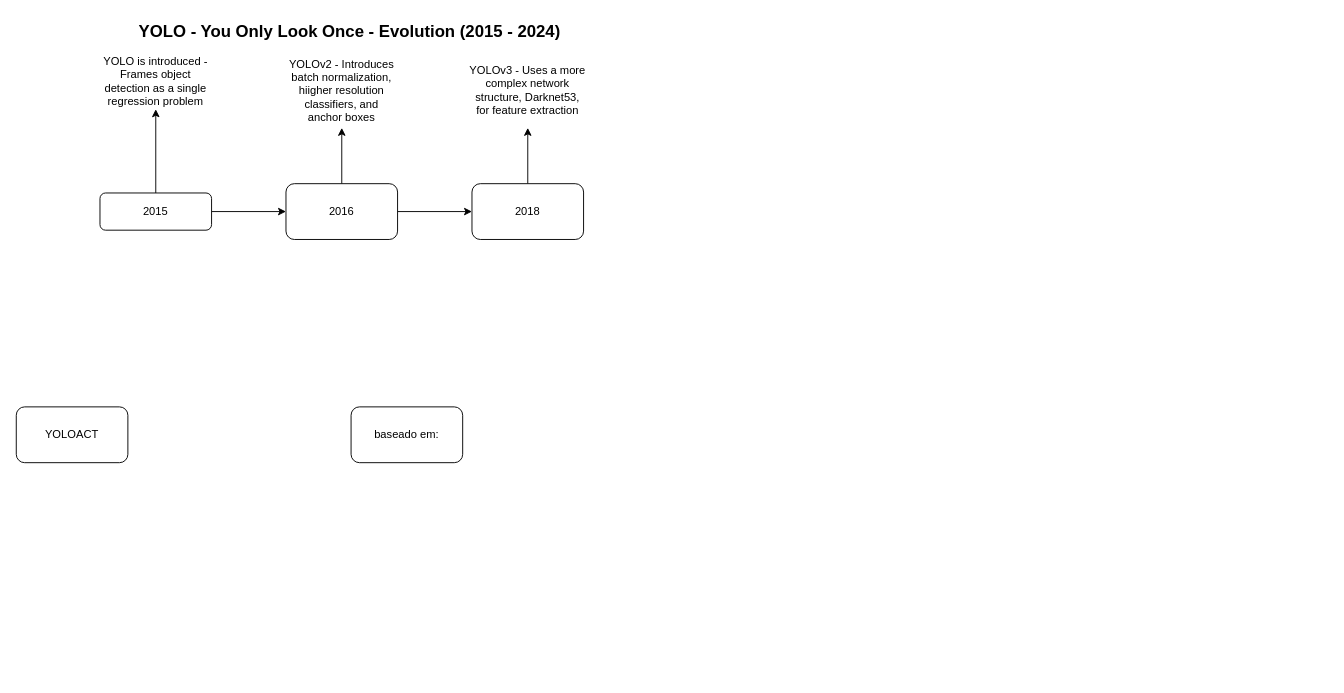
Before: YOLO_Evolution_2015_2024.drawio in fbrandao2k/Point_Cloud_TLS, a draw.io diagram. Source tidied: cells renumbered, new cells numbered last; positions are measured from the earlier drawing's top-left corner, leaving out a move shared by most shapes. Both pictures are drawn from the tidied source at 93%, with x=0, y=0 at pixel (16, 16).
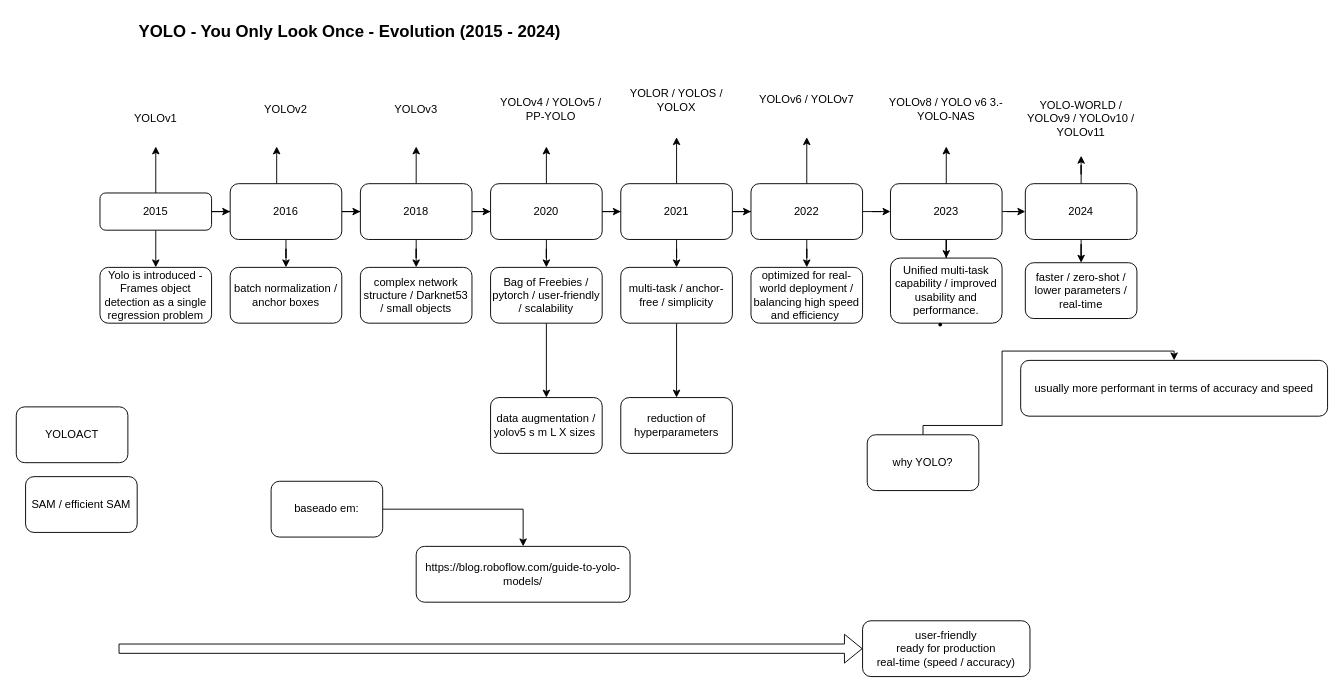
The same diagram, later.

Unchanged cells that the change refers to:
```xml
<mxCell id="4" value="2015" style="rounded=1;whiteSpace=wrap;html=1;fontSize=12;glass=0;strokeWidth=1;shadow=0;" parent="1" vertex="1">
  <mxGeometry x="90" y="190" width="120" height="40" as="geometry" />
</mxCell>
```

Change to the diagram source:
```diff
@@
+    <mxCell id="16" style="edgeStyle=orthogonalEdgeStyle;rounded=0;jettySize=auto;html=1;" parent="1" edge="1" source="4" target="46">
+      <mxGeometry relative="1" as="geometry" />
+    </mxCell>
@@
+    <mxCell id="17" style="edgeStyle=orthogonalEdgeStyle;rounded=0;jettySize=auto;html=1;" parent="1" edge="1" source="7" target="45">
+      <mxGeometry relative="1" as="geometry" />
+    </mxCell>
     <mxCell id="7" value="baseado em:" style="rounded=1;whiteSpace=wrap;html=1;" parent="1" vertex="1">
-      <mxGeometry x="360" y="420" width="120" height="60" as="geometry" />
+      <mxGeometry x="274" y="500" width="120" height="60" as="geometry" />
     </mxCell>
-    <mxCell id="8" value="YOLO is introduced - Frames object detection as a single regression problem" style="whiteSpace=wrap;html=1;rounded=1;glass=0;strokeWidth=1;shadow=0;fillColor=default;strokeColor=none;" parent="1" vertex="1">
-      <mxGeometry x="90" y="40" width="120" height="60" as="geometry" />
+    <mxCell id="8" value="YOLOv1" style="whiteSpace=wrap;html=1;rounded=1;glass=0;strokeWidth=1;shadow=0;fillColor=default;strokeColor=none;" parent="1" vertex="1">
+      <mxGeometry x="90" y="80" width="120" height="60" as="geometry" />
     </mxCell>
     <mxCell id="9" style="edgeStyle=orthogonalEdgeStyle;rounded=0;jettySize=auto;html=1;" parent="1" edge="1" source="11" target="12">
-      <mxGeometry relative="1" as="geometry" />
+      <mxGeometry relative="1" as="geometry">
+        <Array as="points">
+          <mxPoint x="280" y="150" />
+          <mxPoint x="280" y="150" />
+        </Array>
+      </mxGeometry>
     </mxCell>
@@
+    <mxCell id="18" style="edgeStyle=orthogonalEdgeStyle;rounded=0;jettySize=auto;html=1;" parent="1" edge="1" source="11" target="47">
+      <mxGeometry relative="1" as="geometry" />
+    </mxCell>
     <mxCell id="11" value="2016" style="whiteSpace=wrap;html=1;rounded=1;glass=0;strokeWidth=1;shadow=0;" parent="1" vertex="1">
-      <mxGeometry x="290" y="180" width="120" height="60" as="geometry" />
+      <mxGeometry x="230" y="180" width="120" height="60" as="geometry" />
     </mxCell>
-    <mxCell id="12" value="YOLOv2 - Introduces batch normalization, hiigher resolution classifiers, and anchor boxes" style="whiteSpace=wrap;html=1;rounded=1;glass=0;strokeWidth=1;shadow=0;strokeColor=none;" parent="1" vertex="1">
-      <mxGeometry x="290" y="40" width="120" height="80" as="geometry" />
+    <mxCell id="12" value="YOLOv2" style="whiteSpace=wrap;html=1;rounded=1;glass=0;strokeWidth=1;shadow=0;strokeColor=none;" parent="1" vertex="1">
+      <mxGeometry x="230" y="60" width="120" height="80" as="geometry" />
     </mxCell>
     <mxCell id="13" style="edgeStyle=orthogonalEdgeStyle;rounded=0;jettySize=auto;html=1;" parent="1" edge="1" source="14" target="15">
-      <mxGeometry relative="1" as="geometry" />
+      <mxGeometry relative="1" as="geometry">
+        <Array as="points">
+          <mxPoint x="460" y="80" />
+        </Array>
+      </mxGeometry>
     </mxCell>
+    <mxCell id="19" style="edgeStyle=orthogonalEdgeStyle;rounded=0;jettySize=auto;html=1;" parent="1" edge="1" source="14" target="24">
+      <mxGeometry relative="1" as="geometry" />
+    </mxCell>
+    <mxCell id="20" style="edgeStyle=orthogonalEdgeStyle;rounded=0;jettySize=auto;html=1;" parent="1" edge="1" source="14" target="48">
+      <mxGeometry relative="1" as="geometry" />
+    </mxCell>
     <mxCell id="14" value="2018" style="whiteSpace=wrap;html=1;rounded=1;glass=0;strokeWidth=1;shadow=0;" parent="1" vertex="1">
-      <mxGeometry x="490" y="180" width="120" height="60" as="geometry" />
+      <mxGeometry x="370" y="180" width="120" height="60" as="geometry" />
     </mxCell>
-    <mxCell id="15" value="YOLOv3 - Uses a more complex network structure, Darknet53, for feature extraction" style="whiteSpace=wrap;html=1;rounded=1;glass=0;strokeWidth=1;shadow=0;strokeColor=none;" parent="1" vertex="1">
-      <mxGeometry x="485" y="40" width="130" height="80" as="geometry" />
+    <mxCell id="15" value="YOLOv3" style="whiteSpace=wrap;html=1;rounded=1;glass=0;strokeWidth=1;shadow=0;strokeColor=none;" parent="1" vertex="1">
+      <mxGeometry x="365" y="60" width="130" height="80" as="geometry" />
     </mxCell>
+    <mxCell id="21" style="edgeStyle=orthogonalEdgeStyle;rounded=0;jettySize=auto;html=1;" parent="1" edge="1" source="24" target="25">
+      <mxGeometry relative="1" as="geometry">
+        <Array as="points">
+          <mxPoint x="600" y="80" />
+        </Array>
+      </mxGeometry>
+    </mxCell>
+    <mxCell id="22" style="edgeStyle=orthogonalEdgeStyle;rounded=0;jettySize=auto;html=1;" parent="1" edge="1" source="24" target="29">
+      <mxGeometry relative="1" as="geometry" />
+    </mxCell>
+    <mxCell id="23" style="edgeStyle=orthogonalEdgeStyle;rounded=0;jettySize=auto;html=1;" parent="1" edge="1" source="24" target="53">
+      <mxGeometry relative="1" as="geometry" />
+    </mxCell>
+    <mxCell id="24" value="2020" style="whiteSpace=wrap;html=1;rounded=1;glass=0;strokeWidth=1;shadow=0;" parent="1" vertex="1">
+      <mxGeometry x="510" y="180" width="120" height="60" as="geometry" />
+    </mxCell>
+    <mxCell id="25" value="YOLOv4 / YOLOv5 / PP-YOLO" style="whiteSpace=wrap;html=1;rounded=1;glass=0;strokeWidth=1;shadow=0;strokeColor=none;" parent="1" vertex="1">
+      <mxGeometry x="510" y="60" width="130" height="80" as="geometry" />
+    </mxCell>
+    <mxCell id="26" style="edgeStyle=orthogonalEdgeStyle;rounded=0;jettySize=auto;html=1;" parent="1" edge="1" source="29" target="30">
+      <mxGeometry relative="1" as="geometry">
+        <Array as="points">
+          <mxPoint x="760" y="80" />
+        </Array>
+      </mxGeometry>
+    </mxCell>
+    <mxCell id="27" style="edgeStyle=orthogonalEdgeStyle;rounded=0;jettySize=auto;html=1;" parent="1" edge="1" source="29" target="34">
+      <mxGeometry relative="1" as="geometry" />
+    </mxCell>
+    <mxCell id="28" style="edgeStyle=orthogonalEdgeStyle;rounded=0;jettySize=auto;html=1;" parent="1" edge="1" source="29" target="55">
+      <mxGeometry relative="1" as="geometry" />
+    </mxCell>
+    <mxCell id="29" value="2021" style="whiteSpace=wrap;html=1;rounded=1;glass=0;strokeWidth=1;shadow=0;" parent="1" vertex="1">
+      <mxGeometry x="650" y="180" width="120" height="60" as="geometry" />
+    </mxCell>
+    <mxCell id="30" value="YOLOR / YOLOS / YOLOX" style="whiteSpace=wrap;html=1;rounded=1;glass=0;strokeWidth=1;shadow=0;strokeColor=none;" parent="1" vertex="1">
+      <mxGeometry x="645" y="50" width="130" height="80" as="geometry" />
+    </mxCell>
+    <mxCell id="31" style="edgeStyle=orthogonalEdgeStyle;rounded=0;jettySize=auto;html=1;" parent="1" edge="1" source="34" target="35">
+      <mxGeometry relative="1" as="geometry" />
+    </mxCell>
+    <mxCell id="32" style="edgeStyle=orthogonalEdgeStyle;rounded=0;jettySize=auto;html=1;" parent="1" edge="1" source="34" target="39">
+      <mxGeometry relative="1" as="geometry" />
+    </mxCell>
+    <mxCell id="33" style="edgeStyle=orthogonalEdgeStyle;rounded=0;jettySize=auto;html=1;" parent="1" edge="1" source="34" target="59">
+      <mxGeometry relative="1" as="geometry" />
+    </mxCell>
+    <mxCell id="34" value="2022" style="whiteSpace=wrap;html=1;rounded=1;glass=0;strokeWidth=1;shadow=0;" parent="1" vertex="1">
+      <mxGeometry x="790" y="180" width="120" height="60" as="geometry" />
+    </mxCell>
+    <mxCell id="35" value="YOLOv6 / YOLOv7" style="whiteSpace=wrap;html=1;rounded=1;glass=0;strokeWidth=1;shadow=0;strokeColor=none;" parent="1" vertex="1">
+      <mxGeometry x="785" y="50" width="130" height="80" as="geometry" />
+    </mxCell>
+    <mxCell id="36" style="edgeStyle=orthogonalEdgeStyle;rounded=0;jettySize=auto;html=1;" parent="1" edge="1" source="39" target="40">
+      <mxGeometry relative="1" as="geometry" />
+    </mxCell>
+    <mxCell id="37" style="edgeStyle=orthogonalEdgeStyle;rounded=0;jettySize=auto;html=1;" parent="1" edge="1" source="39" target="43">
+      <mxGeometry relative="1" as="geometry" />
+    </mxCell>
+    <mxCell id="38" style="edgeStyle=orthogonalEdgeStyle;rounded=0;jettySize=auto;html=1;" parent="1" edge="1" source="39" target="58">
+      <mxGeometry relative="1" as="geometry" />
+    </mxCell>
+    <mxCell id="39" value="2023" style="whiteSpace=wrap;html=1;rounded=1;glass=0;strokeWidth=1;shadow=0;" parent="1" vertex="1">
+      <mxGeometry x="940" y="180" width="120" height="60" as="geometry" />
+    </mxCell>
+    <mxCell id="40" value="YOLOv8 / YOLO v6 3.-YOLO-NAS" style="whiteSpace=wrap;html=1;rounded=1;glass=0;strokeWidth=1;shadow=0;strokeColor=none;" parent="1" vertex="1">
+      <mxGeometry x="935" y="60" width="130" height="80" as="geometry" />
+    </mxCell>
+    <mxCell id="41" style="edgeStyle=orthogonalEdgeStyle;rounded=0;jettySize=auto;html=1;" parent="1" edge="1" source="43" target="44">
+      <mxGeometry relative="1" as="geometry" />
+    </mxCell>
+    <mxCell id="42" style="edgeStyle=orthogonalEdgeStyle;rounded=0;jettySize=auto;html=1;" parent="1" edge="1" source="43" target="60">
+      <mxGeometry relative="1" as="geometry" />
+    </mxCell>
+    <mxCell id="43" value="2024" style="whiteSpace=wrap;html=1;rounded=1;glass=0;strokeWidth=1;shadow=0;" parent="1" vertex="1">
+      <mxGeometry x="1085" y="180" width="120" height="60" as="geometry" />
+    </mxCell>
+    <mxCell id="44" value="YOLO-WORLD / YOLOv9 / YOLOv10 / YOLOv11" style="whiteSpace=wrap;html=1;rounded=1;glass=0;strokeWidth=1;shadow=0;strokeColor=none;" parent="1" vertex="1">
+      <mxGeometry x="1080" y="70" width="130" height="80" as="geometry" />
+    </mxCell>
+    <mxCell id="45" value="https://blog.roboflow.com/guide-to-yolo-models/" style="whiteSpace=wrap;html=1;rounded=1;" parent="1" vertex="1">
+      <mxGeometry x="430" y="570" width="230" height="60" as="geometry" />
+    </mxCell>
+    <mxCell id="46" value="Yolo is introduced - Frames object detection as a single regression problem" style="whiteSpace=wrap;html=1;rounded=1;glass=0;strokeWidth=1;shadow=0;" parent="1" vertex="1">
+      <mxGeometry x="90" y="270" width="120" height="60" as="geometry" />
+    </mxCell>
+    <mxCell id="47" value="batch normalization / anchor boxes" style="whiteSpace=wrap;html=1;rounded=1;glass=0;strokeWidth=1;shadow=0;" parent="1" vertex="1">
+      <mxGeometry x="230" y="270" width="120" height="60" as="geometry" />
+    </mxCell>
+    <mxCell id="48" value="complex network structure / Darknet53 / small objects" style="whiteSpace=wrap;html=1;rounded=1;glass=0;strokeWidth=1;shadow=0;" parent="1" vertex="1">
+      <mxGeometry x="370" y="270" width="120" height="60" as="geometry" />
+    </mxCell>
+    <mxCell id="49" style="edgeStyle=orthogonalEdgeStyle;rounded=0;jettySize=auto;html=1;" parent="1" edge="1" source="50" target="51">
+      <mxGeometry relative="1" as="geometry">
+        <Array as="points">
+          <mxPoint x="1060" y="440" />
+          <mxPoint x="1060" y="360" />
+        </Array>
+      </mxGeometry>
+    </mxCell>
+    <mxCell id="50" value="why YOLO?" style="rounded=1;whiteSpace=wrap;html=1;" parent="1" vertex="1">
+      <mxGeometry x="915" y="450" width="120" height="60" as="geometry" />
+    </mxCell>
+    <mxCell id="51" value="usually more performant in terms of accuracy and speed" style="whiteSpace=wrap;html=1;rounded=1;" parent="1" vertex="1">
+      <mxGeometry x="1080" y="370" width="330" height="60" as="geometry" />
+    </mxCell>
+    <mxCell id="52" style="edgeStyle=orthogonalEdgeStyle;rounded=0;jettySize=auto;html=1;" parent="1" edge="1" source="53" target="56">
+      <mxGeometry relative="1" as="geometry" />
+    </mxCell>
+    <mxCell id="53" value="Bag of Freebies / pytorch / user-friendly / scalability" style="whiteSpace=wrap;html=1;rounded=1;glass=0;strokeWidth=1;shadow=0;" parent="1" vertex="1">
+      <mxGeometry x="510" y="270" width="120" height="60" as="geometry" />
+    </mxCell>
+    <mxCell id="54" style="edgeStyle=orthogonalEdgeStyle;rounded=0;jettySize=auto;html=1;" parent="1" edge="1" source="55" target="57">
+      <mxGeometry relative="1" as="geometry" />
+    </mxCell>
+    <mxCell id="55" value="multi-task / anchor-free / simplicity" style="whiteSpace=wrap;html=1;rounded=1;glass=0;strokeWidth=1;shadow=0;" parent="1" vertex="1">
+      <mxGeometry x="650" y="270" width="120" height="60" as="geometry" />
+    </mxCell>
+    <mxCell id="56" value="data augmentation / yolov5 s m L X sizes&amp;nbsp;" style="whiteSpace=wrap;html=1;rounded=1;glass=0;strokeWidth=1;shadow=0;" parent="1" vertex="1">
+      <mxGeometry x="510" y="410" width="120" height="60" as="geometry" />
+    </mxCell>
+    <mxCell id="57" value="reduction of hyperparameters" style="whiteSpace=wrap;html=1;rounded=1;glass=0;strokeWidth=1;shadow=0;" parent="1" vertex="1">
+      <mxGeometry x="650" y="410" width="120" height="60" as="geometry" />
+    </mxCell>
+    <mxCell id="58" value="&lt;br&gt;Unified multi-task capability /&amp;nbsp;&lt;span style=&quot;background-color: transparent; color: light-dark(rgb(0, 0, 0), rgb(255, 255, 255));&quot;&gt;improved usability and performance.&lt;/span&gt;&lt;li&gt;&lt;/li&gt;" style="whiteSpace=wrap;html=1;rounded=1;glass=0;strokeWidth=1;shadow=0;" parent="1" vertex="1">
+      <mxGeometry x="940" y="260" width="120" height="70" as="geometry" />
+    </mxCell>
+    <mxCell id="59" value="optimized for real-world deployment / balancing high speed and efficiency&amp;nbsp;" style="whiteSpace=wrap;html=1;rounded=1;glass=0;strokeWidth=1;shadow=0;" parent="1" vertex="1">
+      <mxGeometry x="790" y="270" width="120" height="60" as="geometry" />
+    </mxCell>
+    <mxCell id="60" value="faster / zero-shot / lower parameters / real-time" style="whiteSpace=wrap;html=1;rounded=1;glass=0;strokeWidth=1;shadow=0;" parent="1" vertex="1">
+      <mxGeometry x="1085" y="265" width="120" height="60" as="geometry" />
+    </mxCell>
+    <mxCell id="61" style="shape=flexArrow;endArrow=classic;html=1;rounded=0;" parent="1" edge="1" target="62">
+      <mxGeometry relative="1" as="geometry">
+        <mxPoint x="110" y="680" as="sourcePoint" />
+      </mxGeometry>
+    </mxCell>
+    <mxCell id="62" value="user-friendly&lt;div&gt;ready for production&lt;/div&gt;&lt;div&gt;real-time (speed / accuracy)&lt;/div&gt;" style="rounded=1;whiteSpace=wrap;html=1;" parent="1" vertex="1">
+      <mxGeometry x="910" y="650" width="180" height="60" as="geometry" />
+    </mxCell>
+    <mxCell id="63" value="SAM / efficient SAM" style="rounded=1;whiteSpace=wrap;html=1;" parent="1" vertex="1">
+      <mxGeometry x="10" y="495" width="120" height="60" as="geometry" />
+    </mxCell>
```
